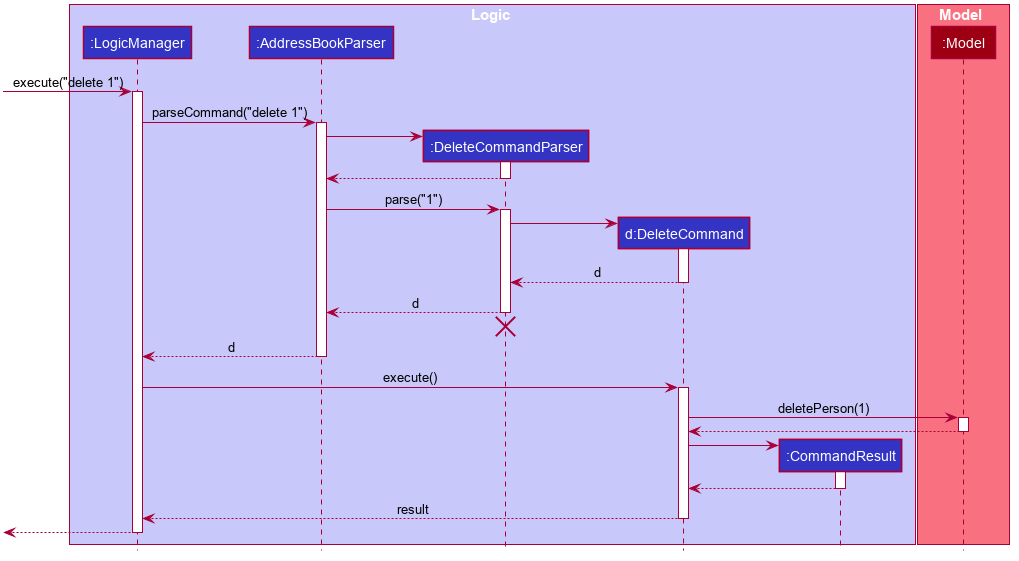
The PlantUML diagram docs/images/DeleteSequenceDiagram.png in nus-cs2103-AY2223S2/tp, before a commit.
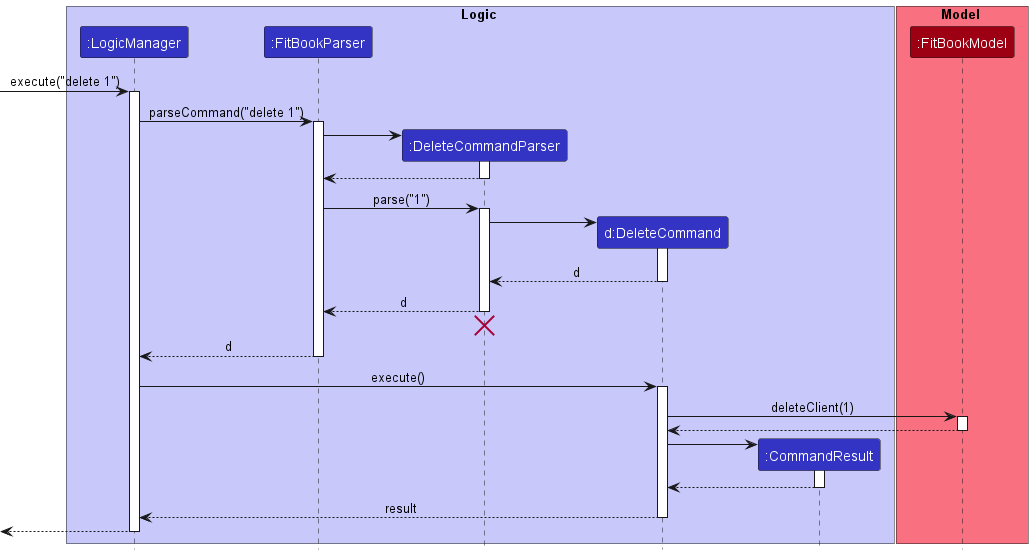
The same file after the commit.

Diff of the diagram source:
```diff
@@ -1,79 +1,32 @@
 @startuml
+!include style.puml
 
-
-
-
-
-
-
-
-skinparam BackgroundColor #FFFFFFF
-
-skinparam Shadowing false
-
-skinparam Class {
-    FontColor #FFFFFF
-    BorderThickness 1
-    BorderColor #FFFFFF
-    StereotypeFontColor #FFFFFF
-    FontName Arial
-}
-
-skinparam Actor {
-    BorderColor #000000
-    Color #000000
-    FontName Arial
-}
-
-skinparam Sequence {
-    MessageAlign center
-    BoxFontSize 15
-    BoxPadding 0
-    BoxFontColor #FFFFFF
-    FontName Arial
-}
-
-skinparam Participant {
-    FontColor #FFFFFFF
-    Padding 20
-}
-
-skinparam MinClassWidth 50
-skinparam ParticipantPadding 10
-skinparam Shadowing false
-skinparam DefaultTextAlignment center
-skinparam packageStyle Rectangle
-
-hide footbox
-hide members
-hide circle
-
-box Logic #C8C8FA
-participant ":LogicManager" as LogicManager #3333C4
-participant ":AddressBookParser" as AddressBookParser #3333C4
-participant ":DeleteCommandParser" as DeleteCommandParser #3333C4
-participant "d:DeleteCommand" as DeleteCommand #3333C4
-participant ":CommandResult" as CommandResult #3333C4
+box Logic LOGIC_COLOR_T1
+participant ":LogicManager" as LogicManager LOGIC_COLOR
+participant ":FitBookParser" as FitBookParser LOGIC_COLOR
+participant ":DeleteCommandParser" as DeleteCommandParser LOGIC_COLOR
+participant "d:DeleteCommand" as DeleteCommand LOGIC_COLOR
+participant ":CommandResult" as CommandResult LOGIC_COLOR
 end box
 
-box Model #F97181
-participant ":Model" as Model #9D0012
+box Model MODEL_COLOR_T1
+participant ":FitBookModel" as FitBookModel MODEL_COLOR
 end box
 
 [-> LogicManager : execute("delete 1")
 activate LogicManager
 
-LogicManager -> AddressBookParser : parseCommand("delete 1")
-activate AddressBookParser
+LogicManager -> FitBookParser : parseCommand("delete 1")
+activate FitBookParser
 
 create DeleteCommandParser
-AddressBookParser -> DeleteCommandParser
+FitBookParser -> DeleteCommandParser
 activate DeleteCommandParser
 
-DeleteCommandParser --> AddressBookParser
+DeleteCommandParser --> FitBookParser
 deactivate DeleteCommandParser
 
-AddressBookParser -> DeleteCommandParser : parse("1")
+FitBookParser -> DeleteCommandParser : parse("1")
 activate DeleteCommandParser
 
 create DeleteCommand
@@ -83,22 +36,22 @@
 DeleteCommand --> DeleteCommandParser : d
 deactivate DeleteCommand
 
-DeleteCommandParser --> AddressBookParser : d
+DeleteCommandParser --> FitBookParser : d
 deactivate DeleteCommandParser
-DeleteCommandParser -[hidden]-> AddressBookParser
+DeleteCommandParser -[hidden]-> FitBookParser
 destroy DeleteCommandParser
 
-AddressBookParser --> LogicManager : d
-deactivate AddressBookParser
+FitBookParser --> LogicManager : d
+deactivate FitBookParser
 
 LogicManager -> DeleteCommand : execute()
 activate DeleteCommand
 
-DeleteCommand -> Model : deletePerson(1)
-activate Model
+DeleteCommand -> FitBookModel : deleteClient(1)
+activate FitBookModel
 
-Model --> DeleteCommand
-deactivate Model
+FitBookModel --> DeleteCommand
+deactivate FitBookModel
 
 create CommandResult
 DeleteCommand -> CommandResult
```
